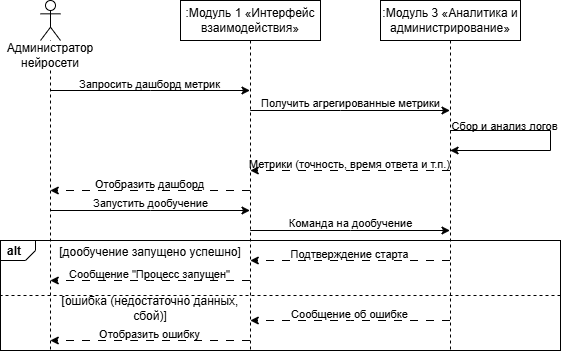
Before: 6 семестр/Автоматизированные системы управление элементами промышленных и административных объектов/Практическая работа №4/Процесс3.drawio.png, a diagram exported from draw.io (Hohrandrey/RTU_MIREA_2023-2027). Source tidied: cells renumbered, new cells last; positions are measured from the earlier drawing's top-left corner, leaving out a move shared by most shapes.
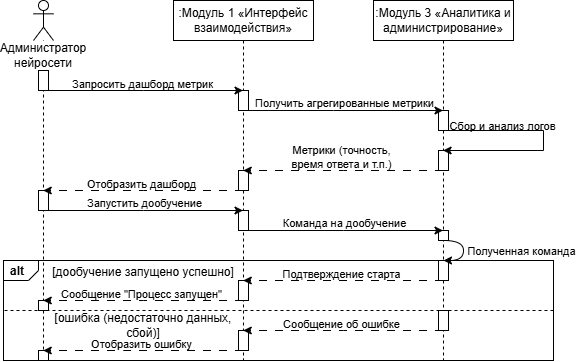
After the change.

Change to the diagram source:
```diff
@@ -3,77 +3,113 @@
     <mxCell id="0" />
     <mxCell id="1" parent="0" />
     <mxCell id="2" value="alt" style="strokeColor=inherit;fillColor=inherit;gradientColor=inherit;html=1;shape=mxgraph.sysml.package;labelX=35;fontStyle=1;align=left;verticalAlign=top;spacingLeft=5;spacingTop=-3;" parent="1" vertex="1">
-      <mxGeometry y="240" width="560" height="110" as="geometry" />
+      <mxGeometry x="10" y="260" width="550" height="100" as="geometry" />
     </mxCell>
     <mxCell id="3" style="shape=umlLifeline;perimeter=lifelinePerimeter;whiteSpace=wrap;html=1;newEdgeStyle={&quot;curved&quot;:0,&quot;rounded&quot;:0};participant=umlActor;" parent="1" vertex="1">
-      <mxGeometry x="40" width="20" height="350" as="geometry" />
+      <mxGeometry x="40" width="20" height="360" as="geometry" />
     </mxCell>
     <mxCell id="4" value="Администратор нейросети" style="text;html=1;whiteSpace=wrap;strokeColor=none;fillColor=none;align=center;verticalAlign=middle;rounded=0;labelBackgroundColor=default;" parent="1" vertex="1">
       <mxGeometry x="20" y="40" width="60" height="30" as="geometry" />
     </mxCell>
     <mxCell id="5" value=":Модуль 1 «Интерфейс взаимодействия»" style="shape=umlLifeline;perimeter=lifelinePerimeter;whiteSpace=wrap;html=1;newEdgeStyle={&quot;curved&quot;:0,&quot;rounded&quot;:0};" parent="1" vertex="1">
-      <mxGeometry x="180" width="140" height="350" as="geometry" />
+      <mxGeometry x="180" width="140" height="360" as="geometry" />
     </mxCell>
     <mxCell id="6" value=":Модуль 3 «Аналитика и администрирование»" style="shape=umlLifeline;perimeter=lifelinePerimeter;whiteSpace=wrap;html=1;newEdgeStyle={&quot;curved&quot;:0,&quot;rounded&quot;:0};" parent="1" vertex="1">
-      <mxGeometry x="380" width="140" height="350" as="geometry" />
+      <mxGeometry x="380" width="140" height="360" as="geometry" />
     </mxCell>
-    <mxCell id="7" style="rounded=0;orthogonalLoop=1;jettySize=auto;html=1;edgeStyle=orthogonalEdgeStyle;" parent="1" edge="1">
-      <mxGeometry relative="1" as="geometry">
-        <mxPoint x="49.8" y="90" as="sourcePoint" />
-        <mxPoint x="249.5" y="90" as="targetPoint" />
-        <Array as="points">
-          <mxPoint x="150" y="90" />
-          <mxPoint x="150" y="90" />
-        </Array>
-      </mxGeometry>
-    </mxCell>
-    <mxCell id="8" value="Запросить дашборд метрик" style="edgeLabel;html=1;align=center;verticalAlign=middle;labelBackgroundColor=none;" parent="7" vertex="1">
-      <mxGeometry x="-0.34" relative="1" as="geometry">
-        <mxPoint x="33" y="-7" as="offset" />
-      </mxGeometry>
-    </mxCell>
-    <mxCell id="9" style="edgeStyle=orthogonalEdgeStyle;rounded=0;orthogonalLoop=1;jettySize=auto;html=1;" parent="1" edge="1">
-      <mxGeometry relative="1" as="geometry">
-        <mxPoint x="249.8" y="110" as="sourcePoint" />
-        <mxPoint x="449.5" y="110" as="targetPoint" />
-        <Array as="points">
-          <mxPoint x="340" y="110" />
-          <mxPoint x="340" y="110" />
-        </Array>
-      </mxGeometry>
-    </mxCell>
-    <mxCell id="10" value="Получить агрегированные метрики" style="edgeLabel;html=1;align=center;verticalAlign=middle;labelBackgroundColor=none;" parent="9" vertex="1">
-      <mxGeometry x="-0.05" y="-1" relative="1" as="geometry">
-        <mxPoint x="5" y="-9" as="offset" />
-      </mxGeometry>
-    </mxCell>
-    <mxCell id="11" style="edgeStyle=orthogonalEdgeStyle;rounded=0;orthogonalLoop=1;jettySize=auto;html=1;dashed=1;dashPattern=8 8;" parent="1" edge="1">
-      <mxGeometry relative="1" as="geometry">
-        <mxPoint x="449.5" y="170" as="sourcePoint" />
-        <mxPoint x="249.8" y="170" as="targetPoint" />
-        <Array as="points">
-          <mxPoint x="350" y="170" />
-          <mxPoint x="350" y="170" />
-        </Array>
-      </mxGeometry>
-    </mxCell>
-    <mxCell id="12" value="Метрики (точность, время ответа и т.п.)" style="edgeLabel;html=1;align=center;verticalAlign=middle;labelBackgroundColor=none;" parent="11" vertex="1">
-      <mxGeometry x="0.26" y="1" relative="1" as="geometry">
-        <mxPoint x="24" y="-8" as="offset" />
-      </mxGeometry>
-    </mxCell>
     <mxCell id="13" value="[дообучение запущено успешно]" style="text;html=1;whiteSpace=wrap;strokeColor=none;fillColor=none;align=center;verticalAlign=middle;rounded=0;" parent="1" vertex="1">
-      <mxGeometry x="50" y="240" width="200" height="23" as="geometry" />
+      <mxGeometry x="50" y="260" width="200" height="23" as="geometry" />
     </mxCell>
     <mxCell id="14" value="[ошибка (недостаточно данных, сбой)]" style="text;html=1;whiteSpace=wrap;strokeColor=none;fillColor=none;align=center;verticalAlign=middle;rounded=0;" parent="1" vertex="1">
-      <mxGeometry x="50" y="296" width="200" height="23" as="geometry" />
+      <mxGeometry x="50" y="313" width="200" height="23" as="geometry" />
     </mxCell>
-    <mxCell id="15" style="strokeColor=inherit;fillColor=inherit;gradientColor=inherit;endArrow=none;html=1;edgeStyle=orthogonalEdgeStyle;dashed=1;rounded=0;" parent="1" edge="1">
+    <mxCell id="15" style="strokeColor=inherit;fillColor=inherit;gradientColor=inherit;endArrow=none;html=1;dashed=1;rounded=0;edgeStyle=orthogonalEdgeStyle;" parent="1" edge="1">
       <mxGeometry relative="1" as="geometry">
-        <mxPoint x="560" y="295" as="sourcePoint" />
-        <mxPoint y="295" as="targetPoint" />
+        <mxPoint x="560" y="310" as="sourcePoint" />
+        <mxPoint x="10" y="310" as="targetPoint" />
+        <Array as="points">
+          <mxPoint x="10" y="310" />
+        </Array>
       </mxGeometry>
     </mxCell>
+    <mxCell id="32" style="whiteSpace=wrap;html=1;" parent="1" vertex="1">
+      <mxGeometry x="45" y="70" width="10" height="20" as="geometry" />
+    </mxCell>
+    <mxCell id="33" style="whiteSpace=wrap;html=1;" parent="1" vertex="1">
+      <mxGeometry x="245" y="90" width="10" height="20" as="geometry" />
+    </mxCell>
+    <mxCell id="7" style="rounded=0;orthogonalLoop=1;jettySize=auto;html=1;edgeStyle=orthogonalEdgeStyle;" parent="1" edge="1">
+      <mxGeometry relative="1" as="geometry">
+        <mxPoint x="49.8" y="90" as="sourcePoint" />
+        <mxPoint x="249.5" y="90" as="targetPoint" />
+        <Array as="points">
+          <mxPoint x="150" y="90" />
+          <mxPoint x="150" y="90" />
+        </Array>
+      </mxGeometry>
+    </mxCell>
+    <mxCell id="8" value="Запросить дашборд метрик" style="edgeLabel;html=1;align=center;verticalAlign=middle;labelBackgroundColor=none;" parent="7" vertex="1">
+      <mxGeometry x="-0.34" relative="1" as="geometry">
+        <mxPoint x="33" y="-7" as="offset" />
+      </mxGeometry>
+    </mxCell>
+    <mxCell id="34" style="whiteSpace=wrap;html=1;" parent="1" vertex="1">
+      <mxGeometry x="445" y="110" width="10" height="20" as="geometry" />
+    </mxCell>
+    <mxCell id="9" style="edgeStyle=orthogonalEdgeStyle;rounded=0;orthogonalLoop=1;jettySize=auto;html=1;" parent="1" edge="1">
+      <mxGeometry relative="1" as="geometry">
+        <mxPoint x="249.8" y="110" as="sourcePoint" />
+        <mxPoint x="449.5" y="110" as="targetPoint" />
+        <Array as="points">
+          <mxPoint x="340" y="110" />
+          <mxPoint x="340" y="110" />
+        </Array>
+      </mxGeometry>
+    </mxCell>
+    <mxCell id="10" value="Получить агрегированные метрики" style="edgeLabel;html=1;align=center;verticalAlign=middle;labelBackgroundColor=none;" parent="9" vertex="1">
+      <mxGeometry x="-0.05" y="-1" relative="1" as="geometry">
+        <mxPoint x="5" y="-9" as="offset" />
+      </mxGeometry>
+    </mxCell>
+    <mxCell id="35" style="whiteSpace=wrap;html=1;" parent="1" vertex="1">
+      <mxGeometry x="445" y="150" width="10" height="20" as="geometry" />
+    </mxCell>
+    <mxCell id="26" style="edgeStyle=orthogonalEdgeStyle;rounded=0;orthogonalLoop=1;jettySize=auto;html=1;" parent="1" edge="1">
+      <mxGeometry relative="1" as="geometry">
+        <mxPoint x="449.6" y="130" as="sourcePoint" />
+        <mxPoint x="449.6" y="150" as="targetPoint" />
+        <Array as="points">
+          <mxPoint x="550" y="130" />
+          <mxPoint x="550" y="150" />
+        </Array>
+      </mxGeometry>
+    </mxCell>
+    <mxCell id="27" value="Сбор и анализ логов" style="edgeLabel;html=1;align=center;verticalAlign=middle;labelBackgroundColor=none;" parent="26" vertex="1">
+      <mxGeometry x="-0.05" y="-1" relative="1" as="geometry">
+        <mxPoint x="-41" y="-9" as="offset" />
+      </mxGeometry>
+    </mxCell>
+    <mxCell id="36" style="whiteSpace=wrap;html=1;" parent="1" vertex="1">
+      <mxGeometry x="245" y="170" width="10" height="20" as="geometry" />
+    </mxCell>
+    <mxCell id="11" style="edgeStyle=orthogonalEdgeStyle;rounded=0;orthogonalLoop=1;jettySize=auto;html=1;dashed=1;dashPattern=8 8;" parent="1" edge="1">
+      <mxGeometry relative="1" as="geometry">
+        <mxPoint x="449.5" y="170" as="sourcePoint" />
+        <mxPoint x="249.8" y="170" as="targetPoint" />
+        <Array as="points">
+          <mxPoint x="350" y="170" />
+          <mxPoint x="350" y="170" />
+        </Array>
+      </mxGeometry>
+    </mxCell>
+    <mxCell id="12" value="Метрики (точность,&lt;div&gt;время ответа и т.п.)&lt;/div&gt;" style="edgeLabel;html=1;align=center;verticalAlign=middle;labelBackgroundColor=none;" parent="11" vertex="1">
+      <mxGeometry x="0.26" y="1" relative="1" as="geometry">
+        <mxPoint x="24" y="-15" as="offset" />
+      </mxGeometry>
+    </mxCell>
+    <mxCell id="37" style="whiteSpace=wrap;html=1;" parent="1" vertex="1">
+      <mxGeometry x="45" y="190" width="10" height="20" as="geometry" />
+    </mxCell>
     <mxCell id="16" style="edgeStyle=orthogonalEdgeStyle;rounded=0;orthogonalLoop=1;jettySize=auto;html=1;dashed=1;dashPattern=8 8;" parent="1" edge="1">
       <mxGeometry relative="1" as="geometry">
         <mxPoint x="249.5" y="190" as="sourcePoint" />
@@ -89,6 +125,9 @@
         <mxPoint x="24" y="-8" as="offset" />
       </mxGeometry>
     </mxCell>
+    <mxCell id="38" style="whiteSpace=wrap;html=1;" parent="1" vertex="1">
+      <mxGeometry x="245" y="210" width="10" height="20" as="geometry" />
+    </mxCell>
     <mxCell id="18" style="edgeStyle=orthogonalEdgeStyle;rounded=0;orthogonalLoop=1;jettySize=auto;html=1;" parent="1" edge="1">
       <mxGeometry relative="1" as="geometry">
         <mxPoint x="49.8" y="210" as="sourcePoint" />
@@ -104,6 +143,9 @@
         <mxPoint x="5" y="-9" as="offset" />
       </mxGeometry>
     </mxCell>
+    <mxCell id="39" style="whiteSpace=wrap;html=1;" parent="1" vertex="1">
+      <mxGeometry x="445" y="230" width="10" height="10" as="geometry" />
+    </mxCell>
     <mxCell id="20" style="edgeStyle=orthogonalEdgeStyle;rounded=0;orthogonalLoop=1;jettySize=auto;html=1;" parent="1" edge="1">
       <mxGeometry relative="1" as="geometry">
         <mxPoint x="249.8" y="230" as="sourcePoint" />
@@ -119,13 +161,32 @@
         <mxPoint x="5" y="-9" as="offset" />
       </mxGeometry>
     </mxCell>
+    <mxCell id="40" style="whiteSpace=wrap;html=1;" parent="1" vertex="1">
+      <mxGeometry x="445" y="260" width="10" height="20" as="geometry" />
+    </mxCell>
+    <mxCell id="41" style="edgeStyle=orthogonalEdgeStyle;rounded=0;jettySize=auto;html=1;exitX=0.5;exitY=1;exitDx=0;exitDy=0;entryX=0.5;entryY=0;entryDx=0;entryDy=0;curved=1;" parent="1" edge="1" source="39" target="40">
+      <mxGeometry relative="1" as="geometry">
+        <Array as="points">
+          <mxPoint x="470" y="240" />
+          <mxPoint x="470" y="260" />
+        </Array>
+      </mxGeometry>
+    </mxCell>
+    <mxCell id="42" value="Полученная команда" style="edgeLabel;html=1;align=center;verticalAlign=middle;labelBackgroundColor=none;" parent="41" vertex="1">
+      <mxGeometry x="0.11" y="-1" relative="1" as="geometry">
+        <mxPoint x="58" y="-3" as="offset" />
+      </mxGeometry>
+    </mxCell>
+    <mxCell id="43" style="whiteSpace=wrap;html=1;" parent="1" vertex="1">
+      <mxGeometry x="245" y="280" width="10" height="20" as="geometry" />
+    </mxCell>
     <mxCell id="22" style="edgeStyle=orthogonalEdgeStyle;rounded=0;orthogonalLoop=1;jettySize=auto;html=1;dashed=1;dashPattern=8 8;" parent="1" edge="1">
       <mxGeometry relative="1" as="geometry">
-        <mxPoint x="449.5" y="260" as="sourcePoint" />
-        <mxPoint x="249.8" y="260" as="targetPoint" />
+        <mxPoint x="449.5" y="280" as="sourcePoint" />
+        <mxPoint x="249.8" y="280" as="targetPoint" />
         <Array as="points">
-          <mxPoint x="360" y="260" />
-          <mxPoint x="360" y="260" />
+          <mxPoint x="360" y="280" />
+          <mxPoint x="360" y="280" />
         </Array>
       </mxGeometry>
     </mxCell>
@@ -134,13 +195,37 @@
         <mxPoint x="24" y="-8" as="offset" />
       </mxGeometry>
     </mxCell>
+    <mxCell id="44" style="whiteSpace=wrap;html=1;" parent="1" vertex="1">
+      <mxGeometry x="45" y="300" width="10" height="10" as="geometry" />
+    </mxCell>
+    <mxCell id="28" style="edgeStyle=orthogonalEdgeStyle;rounded=0;orthogonalLoop=1;jettySize=auto;html=1;dashed=1;dashPattern=8 8;" parent="1" edge="1">
+      <mxGeometry relative="1" as="geometry">
+        <mxPoint x="249.5" y="300" as="sourcePoint" />
+        <mxPoint x="49.8" y="300" as="targetPoint" />
+        <Array as="points">
+          <mxPoint x="150" y="300" />
+          <mxPoint x="150" y="300" />
+        </Array>
+      </mxGeometry>
+    </mxCell>
+    <mxCell id="29" value="&lt;div&gt;Сообщение &quot;Процесс запущен&quot;&lt;/div&gt;" style="edgeLabel;html=1;align=center;verticalAlign=middle;labelBackgroundColor=none;" parent="28" vertex="1">
+      <mxGeometry x="0.26" y="1" relative="1" as="geometry">
+        <mxPoint x="24" y="-8" as="offset" />
+      </mxGeometry>
+    </mxCell>
+    <mxCell id="45" style="whiteSpace=wrap;html=1;" parent="1" vertex="1">
+      <mxGeometry x="445" y="310" width="10" height="20" as="geometry" />
+    </mxCell>
+    <mxCell id="46" style="whiteSpace=wrap;html=1;" parent="1" vertex="1">
+      <mxGeometry x="245" y="330" width="10" height="20" as="geometry" />
+    </mxCell>
     <mxCell id="24" style="edgeStyle=orthogonalEdgeStyle;rounded=0;orthogonalLoop=1;jettySize=auto;html=1;dashed=1;dashPattern=8 8;" parent="1" edge="1">
       <mxGeometry relative="1" as="geometry">
-        <mxPoint x="449.5" y="320" as="sourcePoint" />
-        <mxPoint x="249.8" y="320" as="targetPoint" />
+        <mxPoint x="449.5" y="330" as="sourcePoint" />
+        <mxPoint x="249.8" y="330" as="targetPoint" />
         <Array as="points">
-          <mxPoint x="350" y="320" />
-          <mxPoint x="350" y="320" />
+          <mxPoint x="350" y="330" />
+          <mxPoint x="350" y="330" />
         </Array>
       </mxGeometry>
     </mxCell>
@@ -149,43 +234,16 @@
         <mxPoint x="24" y="-8" as="offset" />
       </mxGeometry>
     </mxCell>
-    <mxCell id="26" style="edgeStyle=orthogonalEdgeStyle;rounded=0;orthogonalLoop=1;jettySize=auto;html=1;" parent="1" edge="1">
-      <mxGeometry relative="1" as="geometry">
-        <mxPoint x="449.6" y="130" as="sourcePoint" />
-        <mxPoint x="449.6" y="150" as="targetPoint" />
-        <Array as="points">
-          <mxPoint x="550" y="130" />
-          <mxPoint x="550" y="150" />
-        </Array>
-      </mxGeometry>
-    </mxCell>
-    <mxCell id="27" value="Сбор и анализ логов" style="edgeLabel;html=1;align=center;verticalAlign=middle;labelBackgroundColor=none;" parent="26" vertex="1">
-      <mxGeometry x="-0.05" y="-1" relative="1" as="geometry">
-        <mxPoint x="-46" y="-9" as="offset" />
-      </mxGeometry>
-    </mxCell>
-    <mxCell id="28" style="edgeStyle=orthogonalEdgeStyle;rounded=0;orthogonalLoop=1;jettySize=auto;html=1;dashed=1;dashPattern=8 8;" parent="1" edge="1">
-      <mxGeometry relative="1" as="geometry">
-        <mxPoint x="249.5" y="280" as="sourcePoint" />
-        <mxPoint x="49.8" y="280" as="targetPoint" />
-        <Array as="points">
-          <mxPoint x="150" y="280" />
-          <mxPoint x="150" y="280" />
-        </Array>
-      </mxGeometry>
-    </mxCell>
-    <mxCell id="29" value="&lt;div&gt;Сообщение &quot;Процесс запущен&quot;&lt;/div&gt;" style="edgeLabel;html=1;align=center;verticalAlign=middle;labelBackgroundColor=none;" parent="28" vertex="1">
-      <mxGeometry x="0.26" y="1" relative="1" as="geometry">
-        <mxPoint x="24" y="-8" as="offset" />
-      </mxGeometry>
-    </mxCell>
+    <mxCell id="47" style="whiteSpace=wrap;html=1;" parent="1" vertex="1">
+      <mxGeometry x="45" y="350" width="10" height="10" as="geometry" />
+    </mxCell>
     <mxCell id="30" style="edgeStyle=orthogonalEdgeStyle;rounded=0;orthogonalLoop=1;jettySize=auto;html=1;dashed=1;dashPattern=8 8;" parent="1" edge="1">
       <mxGeometry relative="1" as="geometry">
-        <mxPoint x="249.5" y="340" as="sourcePoint" />
-        <mxPoint x="49.8" y="340" as="targetPoint" />
+        <mxPoint x="249.5" y="350" as="sourcePoint" />
+        <mxPoint x="49.8" y="350" as="targetPoint" />
         <Array as="points">
-          <mxPoint x="130" y="340" />
-          <mxPoint x="130" y="340" />
+          <mxPoint x="130" y="350" />
+          <mxPoint x="130" y="350" />
         </Array>
       </mxGeometry>
     </mxCell>
```
